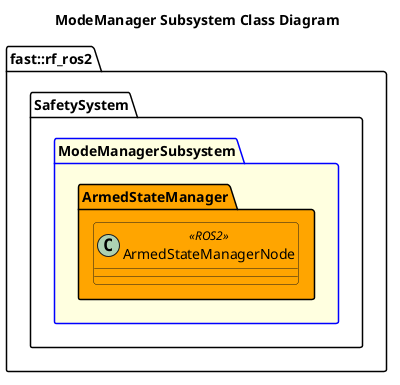
This is Systems/Safety/Subsystems/ModeManager/doc/puml/ModeManagerSubsystemClassDiagram.png from fastrobotics/robot_framework_ros2, a PlantUML export, as it was before one commit.
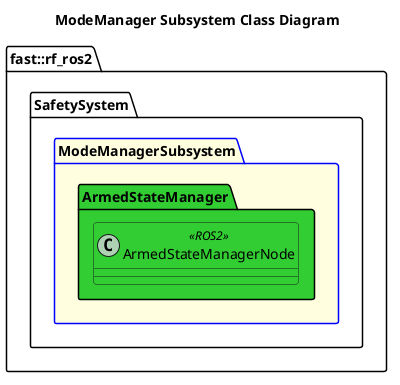
The same file after the commit.

Change to the diagram source:
```diff
@@ -4,8 +4,8 @@
 namespace fast::rf_ros2 {
     namespace SafetySystem {
         package ModeManagerSubsystem #LightYellow;line:blue {
-            namespace ArmedStateManager #Orange {
-                class ArmedStateManagerNode <<ROS2>> #Orange
+            namespace ArmedStateManager #LimeGreen {
+                class ArmedStateManagerNode <<ROS2>> #LimeGreen
             }
         }
     }
```
